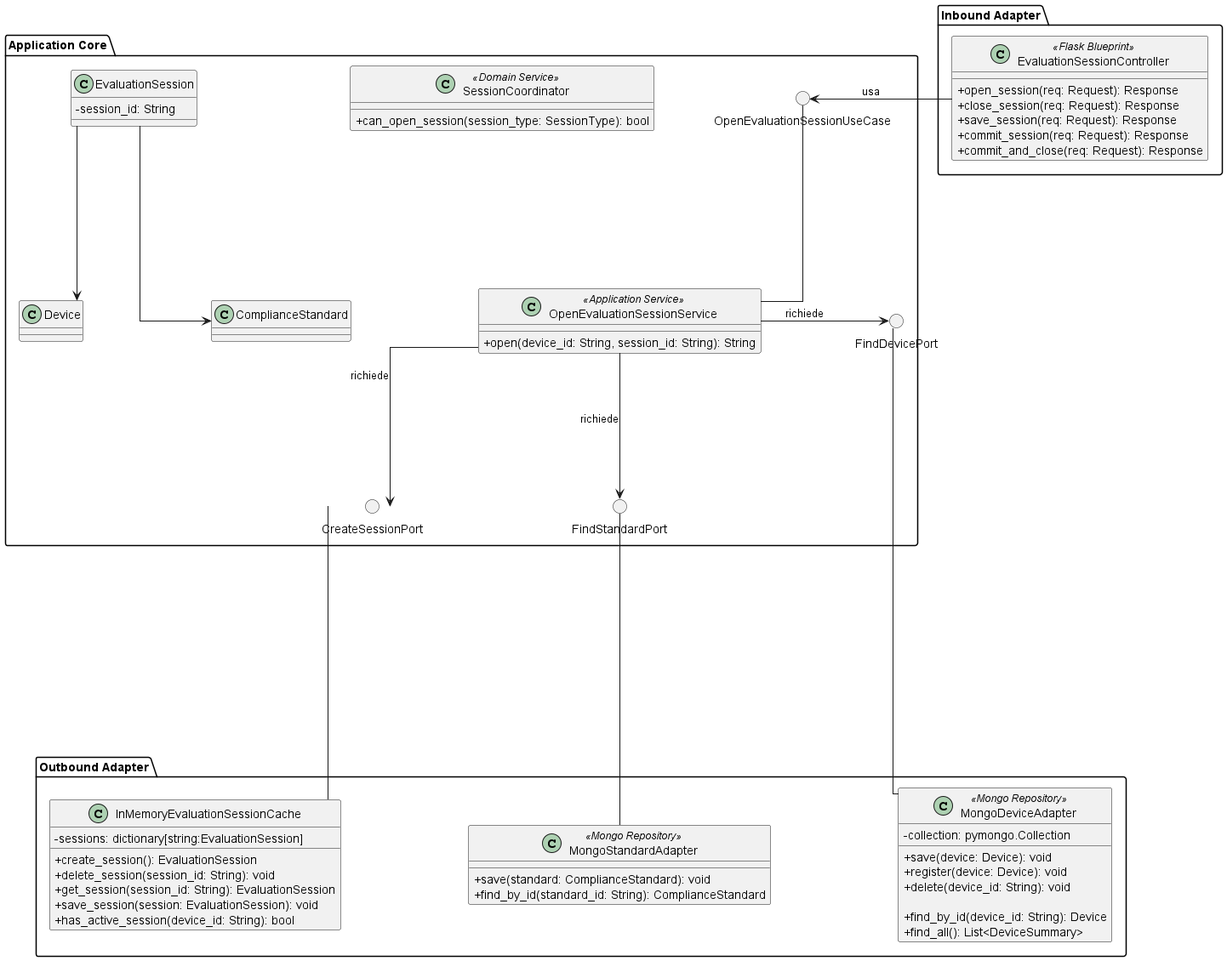
Above: src/PB/DocumentazioneEsterna/Specifica_Tecnica/content/uml/png/Session/OpenEvaluationSession.png in GroupRubberDuck/Documentazione (PlantUML), before the change. The source it was exported from:
```plantuml
@startuml OpenEvaluationSession

skinparam nodesep 150
skinparam ranksep 150
skinparam classAttributeIconSize 0

package "Inbound Adapter" {
    !include InboundAdapters/EvaluationSessionController.puml
}

package "Application Core" {

    () "OpenEvaluationSessionUseCase"

    !include ApplicationServices/OpenEvaluationSessionService.puml

    class SessionCoordinator <<Domain Service>> {
        + can_open_session(session_type: SessionType): bool
    }

    () "FindDevicePort"
    () "FindStandardPort"
    () "CreateSessionPort"

    !include Domain/EvaluationSession.puml

    OpenEvaluationSessionService -up- OpenEvaluationSessionUseCase

    OpenEvaluationSessionService -right-> FindDevicePort : richiede
    OpenEvaluationSessionService --> FindStandardPort : richiede
    OpenEvaluationSessionService --> CreateSessionPort : richiede

}

package "Outbound Adapter" {
    !include OutboundAdapters/MongoDeviceAdapter.puml
    !include OutboundAdapters/MongoStandardAdapter.puml
    !include OutboundAdapters/InMemoryEvaluationSessionCache.puml
}

EvaluationSessionController -left-> OpenEvaluationSessionUseCase : usa
MongoDeviceAdapter -up- FindDevicePort
MongoStandardAdapter -up- FindStandardPort
InMemoryEvaluationSessionCache -up-- CreateSessionPort

@enduml
```
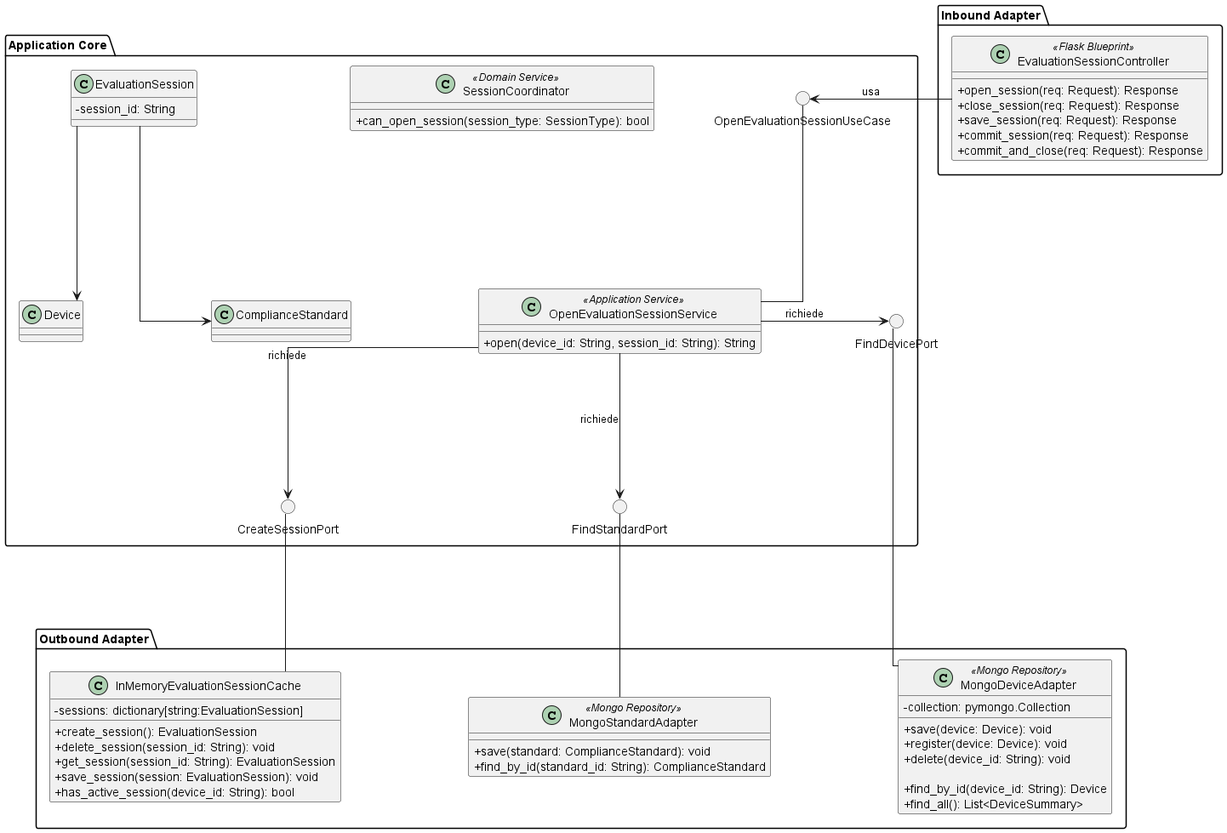
After the change.

Diff of the diagram source:
```diff
@@ -27,8 +27,8 @@
     OpenEvaluationSessionService -up- OpenEvaluationSessionUseCase
 
     OpenEvaluationSessionService -right-> FindDevicePort : richiede
-    OpenEvaluationSessionService --> FindStandardPort : richiede
-    OpenEvaluationSessionService --> CreateSessionPort : richiede
+    OpenEvaluationSessionService -down-> FindStandardPort : richiede
+    OpenEvaluationSessionService -down-> CreateSessionPort : richiede
 
 }
 
@@ -38,9 +38,9 @@
     !include OutboundAdapters/InMemoryEvaluationSessionCache.puml
 }
 
-EvaluationSessionController -left-> OpenEvaluationSessionUseCase : usa
+EvaluationSessionController -right-> OpenEvaluationSessionUseCase : usa
 MongoDeviceAdapter -up- FindDevicePort
 MongoStandardAdapter -up- FindStandardPort
-InMemoryEvaluationSessionCache -up-- CreateSessionPort
+InMemoryEvaluationSessionCache -up- CreateSessionPort
 
 @enduml
```
